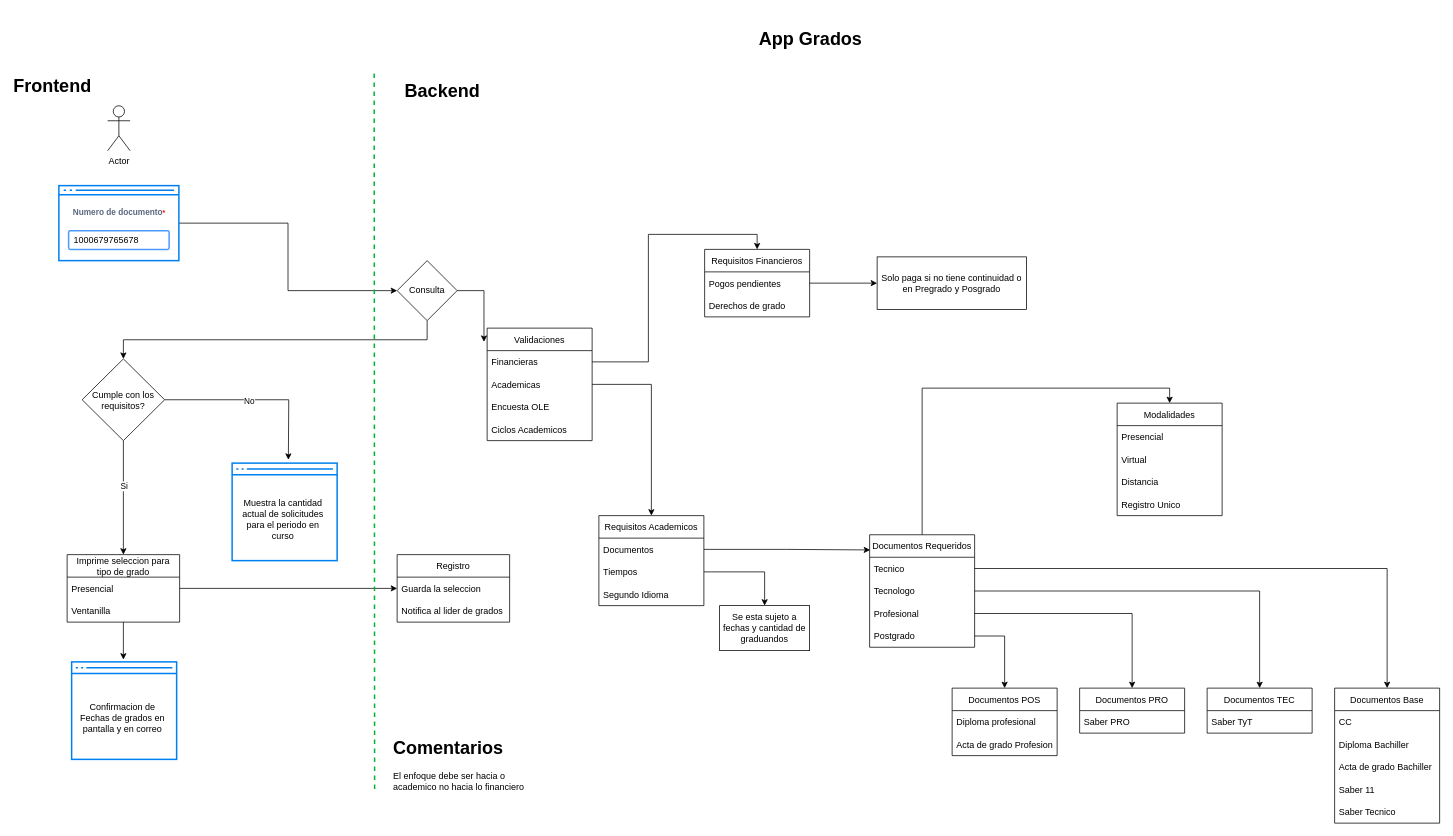
Above: page "Idea Base" (1 of 3) of flujo-inicial.drawio in DevOps-CUN/docs-apps-grados (draw.io), before the change. Source tidied: cells renumbered, new cells numbered last; positions are measured from the earlier drawing's top-left corner, leaving out a move shared by most shapes. Both pictures are drawn from the tidied source at 75%, with x=0, y=0 at pixel (14, 13).
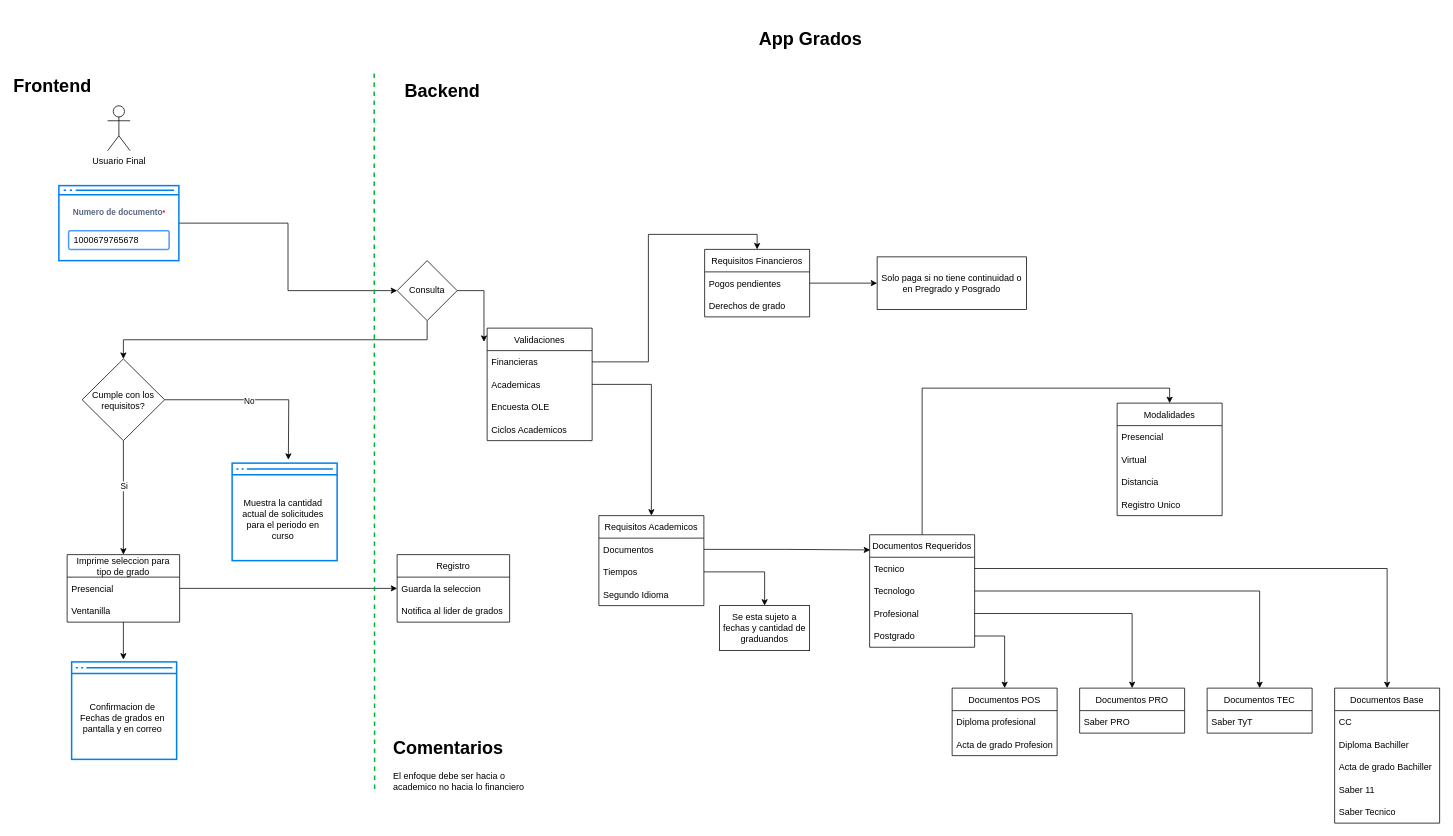
After the change.

Diff of the diagram source:
```diff
@@
-    <mxCell id="14" value="Actor" style="shape=umlActor;verticalLabelPosition=bottom;verticalAlign=top;html=1;" parent="1" vertex="1">
+    <mxCell id="14" value="Usuario Final" style="shape=umlActor;verticalLabelPosition=bottom;verticalAlign=top;html=1;" parent="1" vertex="1">
       <mxGeometry x="124" y="123.5" width="30" height="60" as="geometry" />
     </mxCell>
```
